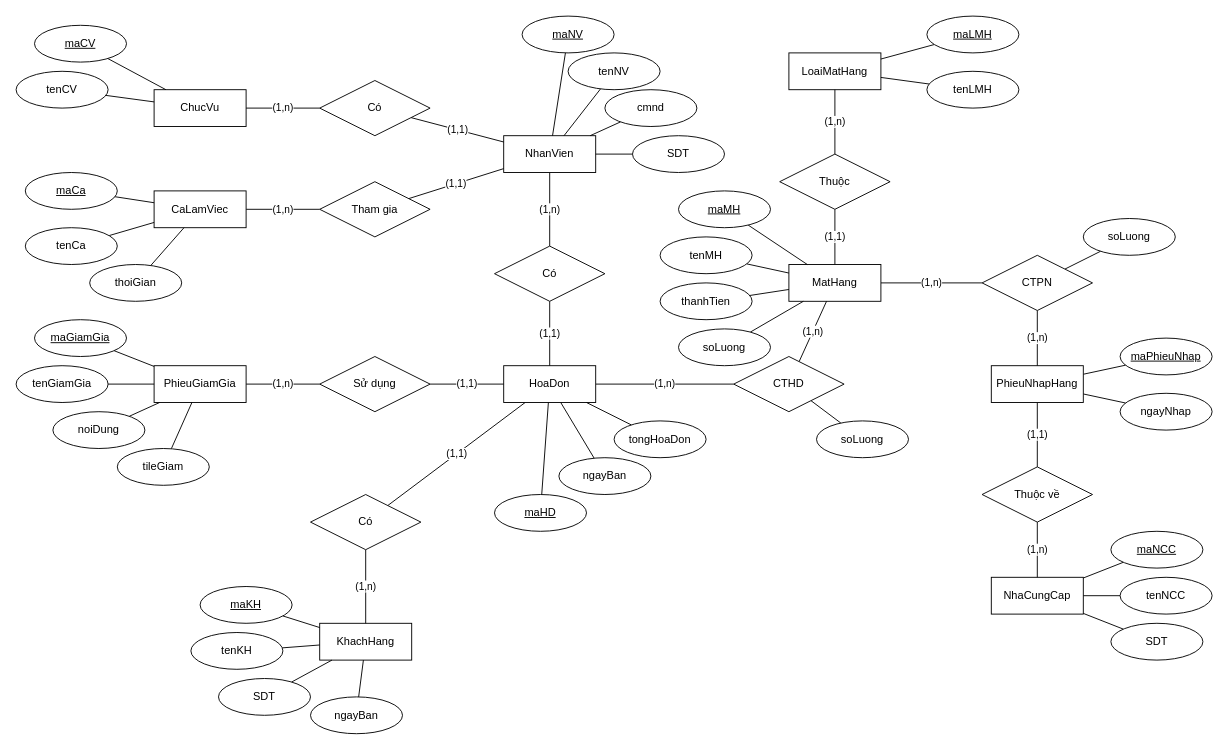
Above: DIG_ERD.drawio in EdgarIgnite16/OOAD-Project (draw.io), before the change. Source tidied: cells renumbered, new cells numbered last; positions are measured from the earlier drawing's top-left corner, leaving out a move shared by most shapes. Both pictures are drawn from the tidied source at 92%, with x=0, y=0 at pixel (16, 16).
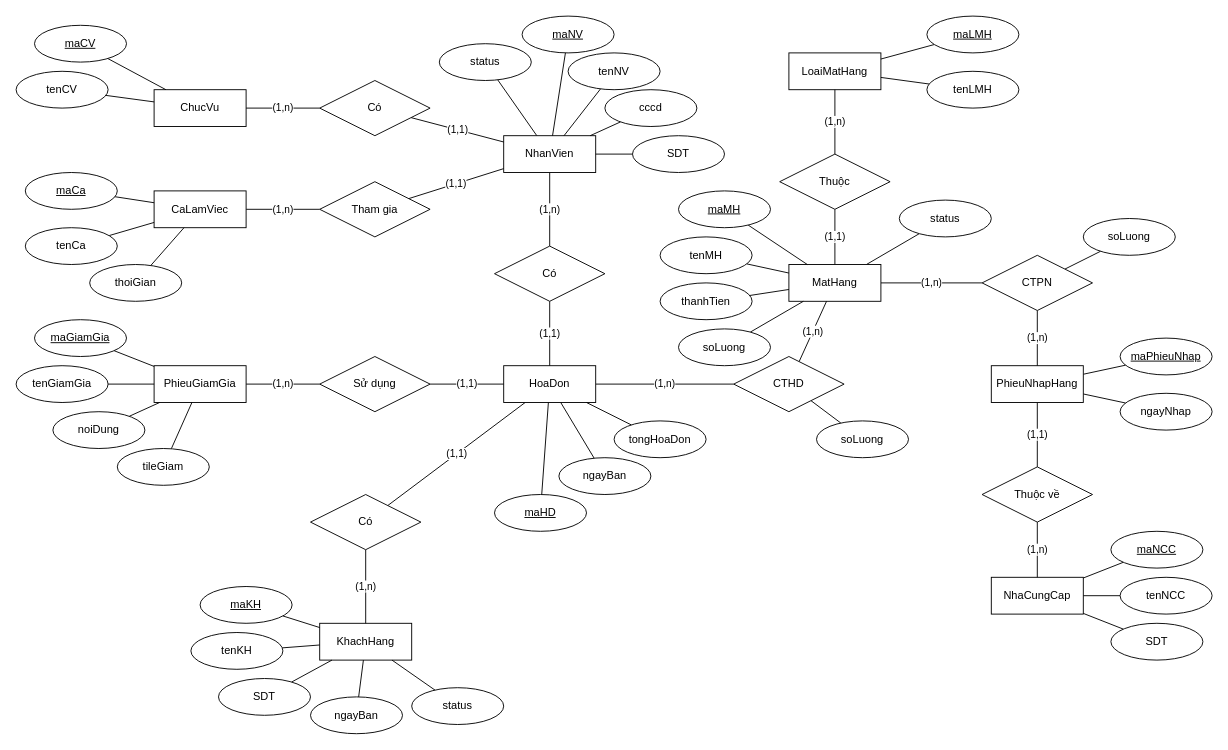
The same diagram, later.

Unchanged cells that the change refers to:
```xml
<mxCell id="7" value="KhachHang" style="whiteSpace=wrap;html=1;align=center;" parent="1" vertex="1">
  <mxGeometry x="330" y="660" width="100" height="40" as="geometry" />
</mxCell>
<mxCell id="12" value="NhanVien" style="whiteSpace=wrap;html=1;align=center;" parent="1" vertex="1">
  <mxGeometry x="530" y="130" width="100" height="40" as="geometry" />
</mxCell>
<mxCell id="16" value="MatHang" style="whiteSpace=wrap;html=1;align=center;" parent="1" vertex="1">
  <mxGeometry x="840" y="270" width="100" height="40" as="geometry" />
</mxCell>
```

The edit, as a diff of the source:
```diff
@@
+    <mxCell id="106" style="rounded=0;jettySize=auto;html=1;endArrow=none;endFill=0;" parent="1" edge="1" source="12" target="108">
+      <mxGeometry relative="1" as="geometry" />
+    </mxCell>
@@
+    <mxCell id="107" style="edgeStyle=none;rounded=0;jettySize=auto;html=1;endArrow=none;endFill=0;" parent="1" edge="1" source="16" target="111">
+      <mxGeometry relative="1" as="geometry" />
+    </mxCell>
@@
-    <mxCell id="66" value="cmnd" style="ellipse;whiteSpace=wrap;html=1;align=center;" parent="1" vertex="1">
+    <mxCell id="66" value="cccd" style="ellipse;whiteSpace=wrap;html=1;align=center;" parent="1" vertex="1">
       <mxGeometry x="640" y="80" width="100" height="40" as="geometry" />
     </mxCell>
@@
+    <mxCell id="108" value="status" style="ellipse;whiteSpace=wrap;html=1;align=center;" parent="1" vertex="1">
+      <mxGeometry x="460" y="30" width="100" height="40" as="geometry" />
+    </mxCell>
+    <mxCell id="109" style="edgeStyle=none;rounded=0;jettySize=auto;html=1;endArrow=none;endFill=0;" parent="1" edge="1" source="110" target="7">
+      <mxGeometry relative="1" as="geometry" />
+    </mxCell>
+    <mxCell id="110" value="status" style="ellipse;whiteSpace=wrap;html=1;align=center;" parent="1" vertex="1">
+      <mxGeometry x="430" y="730" width="100" height="40" as="geometry" />
+    </mxCell>
+    <mxCell id="111" value="status" style="ellipse;whiteSpace=wrap;html=1;align=center;" parent="1" vertex="1">
+      <mxGeometry x="960" y="200" width="100" height="40" as="geometry" />
+    </mxCell>
```
